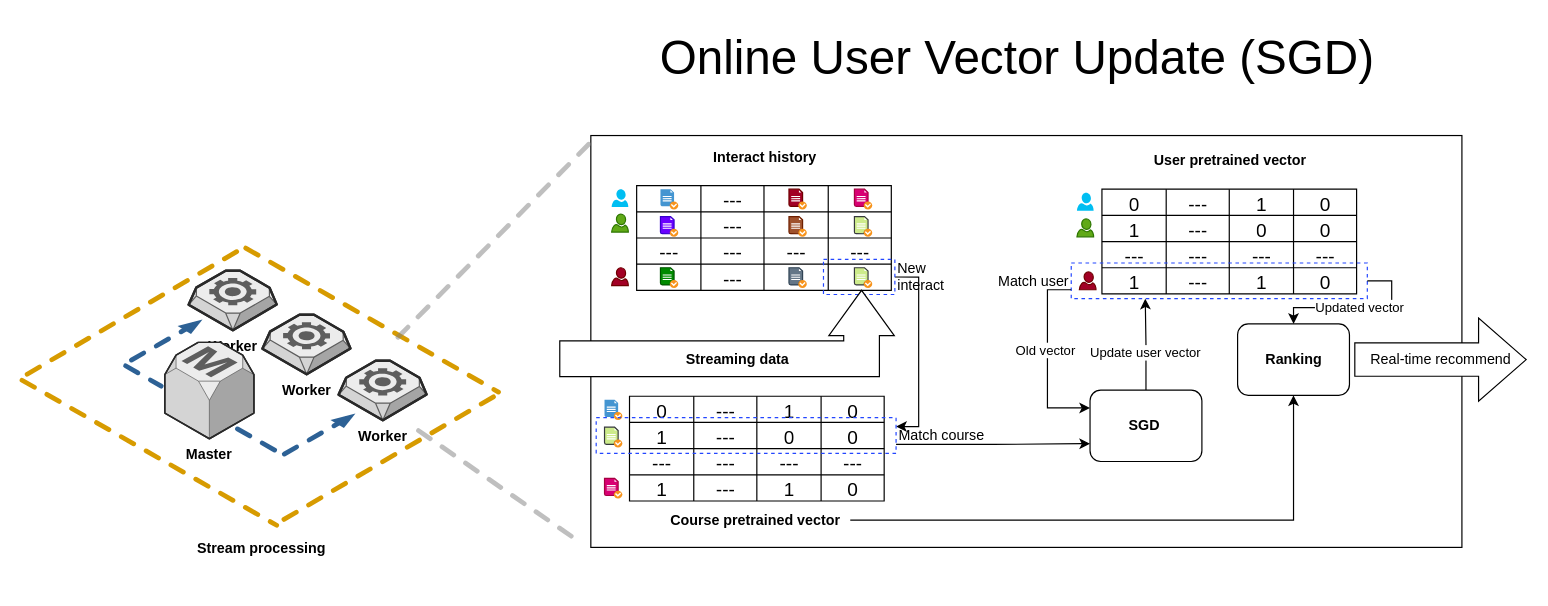
Above: page "Page-2" (2 of 3) of big_mooc.drawio in ippapi/BIG_MOOC (draw.io), before the change. Source tidied: cells renumbered, new cells numbered last; positions are measured from the earlier drawing's top-left corner, leaving out a move shared by most shapes. Both pictures are drawn from the tidied source at 119%, with x=0, y=0 at pixel (19, 20).
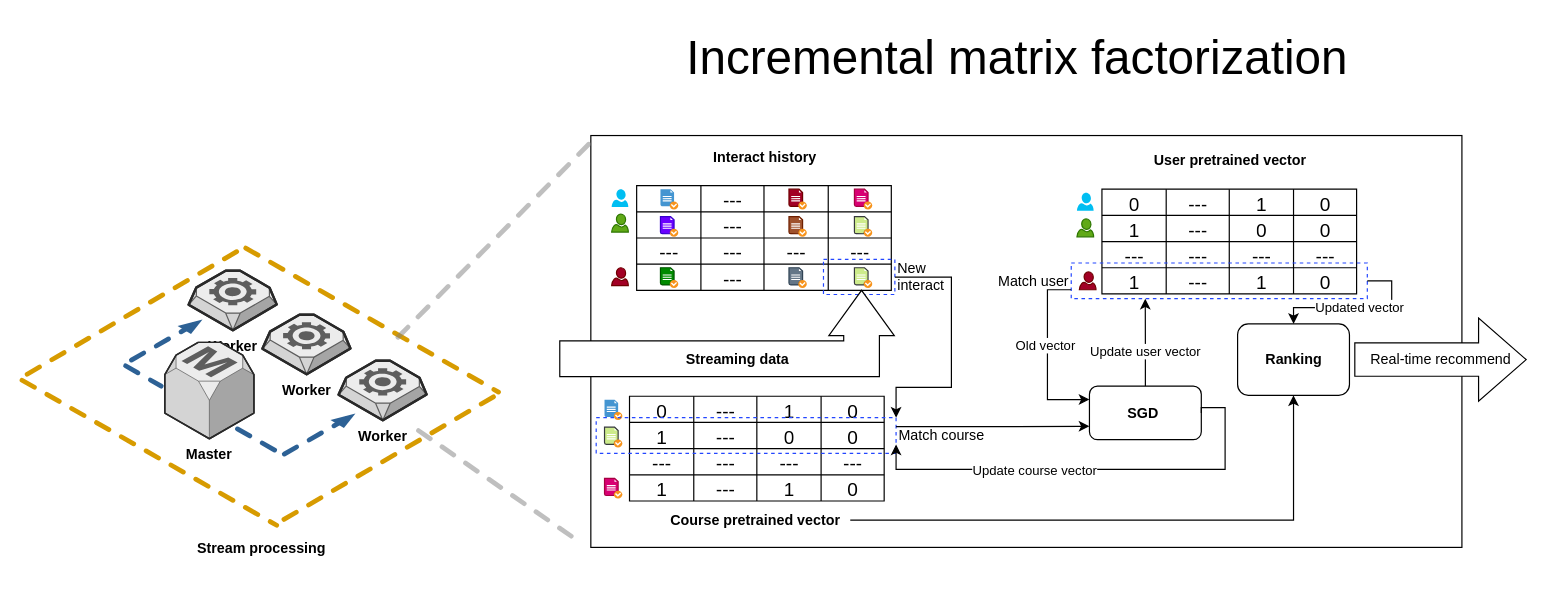
After the change.

Unchanged cells that the change refers to:
```xml
<mxCell id="55" value="New interact" style="rounded=0;whiteSpace=wrap;html=1;fillColor=none;dashed=1;strokeColor=#2346FF;labelPosition=right;verticalLabelPosition=middle;align=left;verticalAlign=middle;" parent="1" vertex="1">
  <mxGeometry x="675.5" y="200.5" width="60" height="29.5" as="geometry" />
</mxCell>
<mxCell id="81" value="Match course" style="rounded=0;whiteSpace=wrap;html=1;fillColor=none;dashed=1;strokeColor=#2346FF;labelPosition=right;verticalLabelPosition=middle;align=left;verticalAlign=middle;" parent="56" vertex="1">
  <mxGeometry x="-7" y="55" width="252" height="30" as="geometry" />
</mxCell>
```

Change to the diagram source:
```diff
@@
-    <mxCell id="18" value="&lt;font style=&quot;font-size: 40px;&quot;&gt;Online User Vector Update (SGD)&lt;/font&gt;" style="text;html=1;align=center;verticalAlign=middle;strokeColor=none;fillColor=none;" parent="1" vertex="1">
-      <mxGeometry x="528.5" width="618" height="60" as="geometry" />
+    <mxCell id="18" value="&lt;font style=&quot;font-size: 40px;&quot;&gt;Incremental matrix factorization&lt;/font&gt;" style="text;html=1;align=center;verticalAlign=middle;strokeColor=none;fillColor=none;" parent="1" vertex="1">
+      <mxGeometry x="552.5" width="571" height="60" as="geometry" />
     </mxCell>
@@
-    <mxCell id="54" style="edgeStyle=orthogonalEdgeStyle;rounded=0;jettySize=auto;html=1;exitX=1;exitY=0.5;exitDx=0;exitDy=0;entryX=1;entryY=0.25;entryDx=0;entryDy=0;" parent="1" edge="1" source="55" target="81">
-      <mxGeometry relative="1" as="geometry" />
-    </mxCell>
@@
     <mxCell id="113" value="&lt;b&gt;SGD&amp;nbsp;&lt;/b&gt;" style="rounded=1;whiteSpace=wrap;html=1;" parent="1" vertex="1">
-      <mxGeometry x="899.5" y="310.3" width="94" height="60" as="geometry" />
+      <mxGeometry x="899" y="307" width="94" height="45" as="geometry" />
     </mxCell>
-    <mxCell id="114" style="edgeStyle=orthogonalEdgeStyle;rounded=0;jettySize=auto;html=1;exitX=1;exitY=0.75;exitDx=0;exitDy=0;entryX=0;entryY=0.75;entryDx=0;entryDy=0;" parent="1" edge="1" source="81" target="113">
+    <mxCell id="114" style="edgeStyle=orthogonalEdgeStyle;rounded=0;jettySize=auto;html=1;exitX=1;exitY=0.25;exitDx=0;exitDy=0;entryX=0;entryY=0.75;entryDx=0;entryDy=0;" parent="1" edge="1" source="81" target="113">
       <mxGeometry relative="1" as="geometry" />
     </mxCell>
@@
+    <mxCell id="54" style="edgeStyle=orthogonalEdgeStyle;rounded=0;jettySize=auto;html=1;entryX=1;entryY=0;entryDx=0;entryDy=0;" parent="1" edge="1" source="55" target="81">
+      <mxGeometry relative="1" as="geometry">
+        <Array as="points">
+          <mxPoint x="783" y="215" />
+          <mxPoint x="783" y="308" />
+          <mxPoint x="737" y="308" />
+          <mxPoint x="737" y="334" />
+        </Array>
+      </mxGeometry>
+    </mxCell>
+    <mxCell id="122" style="edgeStyle=orthogonalEdgeStyle;rounded=0;jettySize=auto;html=1;exitX=1;exitY=0.5;exitDx=0;exitDy=0;entryX=1;entryY=0.75;entryDx=0;entryDy=0;" parent="1" edge="1" source="113" target="81">
+      <mxGeometry relative="1" as="geometry">
+        <Array as="points">
+          <mxPoint x="993" y="325" />
+          <mxPoint x="1013" y="325" />
+          <mxPoint x="1013" y="377" />
+          <mxPoint x="737" y="377" />
+        </Array>
+      </mxGeometry>
+    </mxCell>
+    <mxCell id="123" value="Update course vector" style="edgeLabel;html=1;align=center;verticalAlign=middle;" parent="122" vertex="1">
+      <mxGeometry x="0.27" relative="1" as="geometry" />
+    </mxCell>
```
